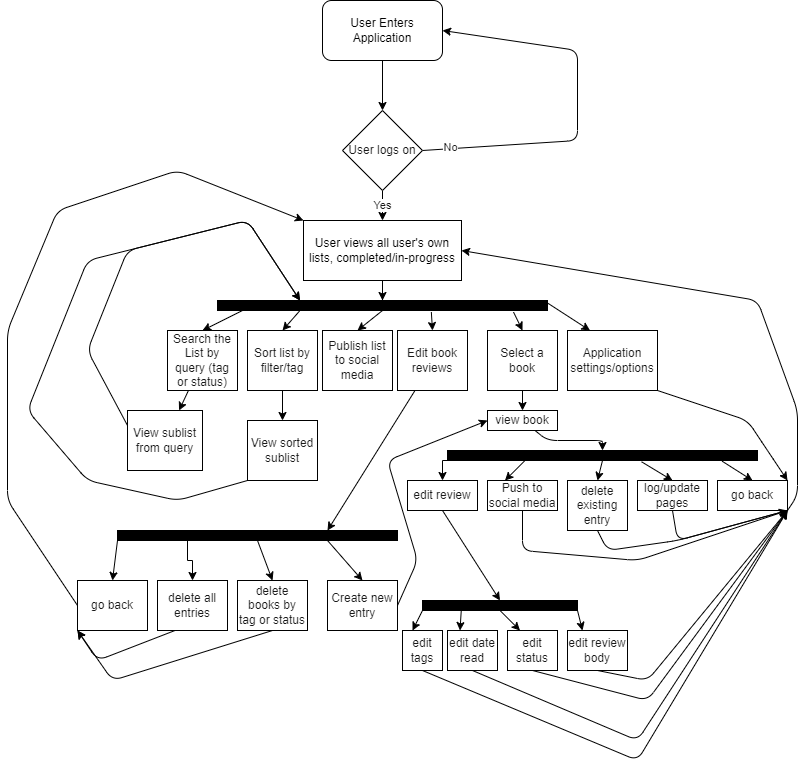
Above: specs/system diagrams/uml_activity_diagram.drawio.png in cse110-fa22-group13/cse110-fa22-group13 (draw.io), before the change. Source tidied: cells renumbered, new cells last; positions are measured from the earlier drawing's top-left corner, leaving out a move shared by most shapes.
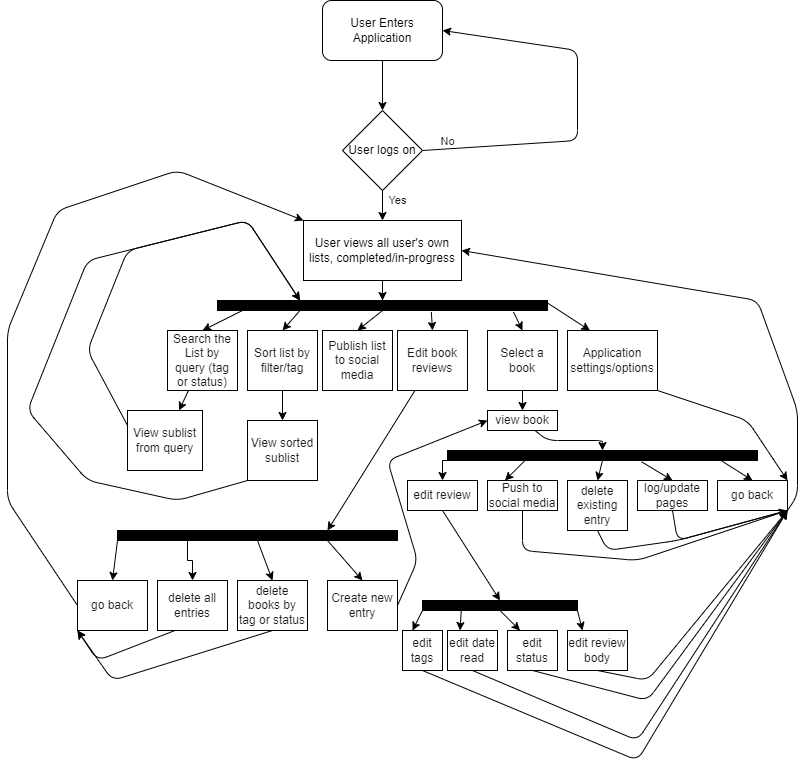
Later version of the same file.

Commit message:
Try to fix github rendering issue

The edit, as a diff of the source:
```diff
@@ -219,7 +219,7 @@
       <mxGeometry x="560" y="330" width="90" height="60" as="geometry" />
     </mxCell>
     <mxCell id="55" value="Yes" style="edgeStyle=none;html=1;exitX=0.5;exitY=1;exitDx=0;exitDy=0;entryX=0.5;entryY=0;entryDx=0;entryDy=0;fontColor=#1A1A1A;" parent="1" edge="1" source="58" target="5">
-      <mxGeometry relative="1" as="geometry" />
+      <mxGeometry x="-0.33" y="15" relative="1" as="geometry" />
     </mxCell>
     <mxCell id="56" style="edgeStyle=none;html=1;exitX=1;exitY=0.5;exitDx=0;exitDy=0;entryX=1;entryY=0.5;entryDx=0;entryDy=0;fontColor=#FFFFFF;" parent="1" edge="1" source="58" target="3">
       <mxGeometry relative="1" as="geometry">
@@ -230,9 +230,11 @@
       </mxGeometry>
     </mxCell>
     <mxCell id="57" value="No" style="edgeLabel;html=1;align=center;verticalAlign=middle;fontColor=#1A1A1A;" parent="56" vertex="1">
-      <mxGeometry x="-0.85" y="2" relative="1" as="geometry" />
+      <mxGeometry x="-0.85" y="2" relative="1" as="geometry">
+        <mxPoint x="-3" y="-6" as="offset" />
+      </mxGeometry>
     </mxCell>
-    <mxCell id="58" value="User logs on" style="rhombus;whiteSpace=wrap;html=1;fontColor=#1A1A1A;" parent="1" vertex="1">
+    <mxCell id="58" value="&lt;font color=&quot;#000000&quot;&gt;User logs on&lt;/font&gt;" style="rhombus;whiteSpace=wrap;html=1;fontColor=#1A1A1A;" parent="1" vertex="1">
       <mxGeometry x="335" y="110" width="80" height="80" as="geometry" />
     </mxCell>
     <mxCell id="59" style="edgeStyle=none;html=1;exitX=0.5;exitY=1;exitDx=0;exitDy=0;entryX=1;entryY=1;entryDx=0;entryDy=0;fontColor=#FFFFFF;" parent="1" edge="1" source="60" target="41">
```
